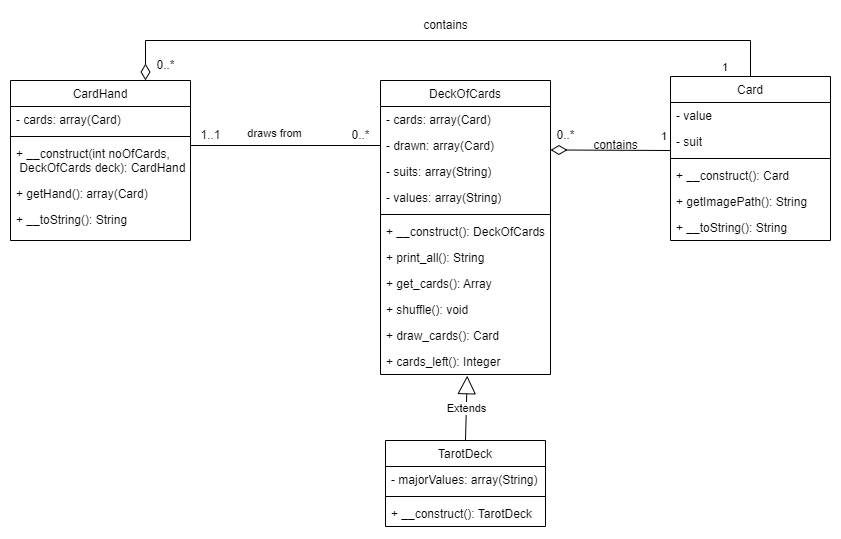
Before: assets/img/uml.png, a diagram exported from draw.io (Challe-P/mvc). Source tidied: cells renumbered, new cells last; positions are measured from the earlier drawing's top-left corner, leaving out a move shared by most shapes.
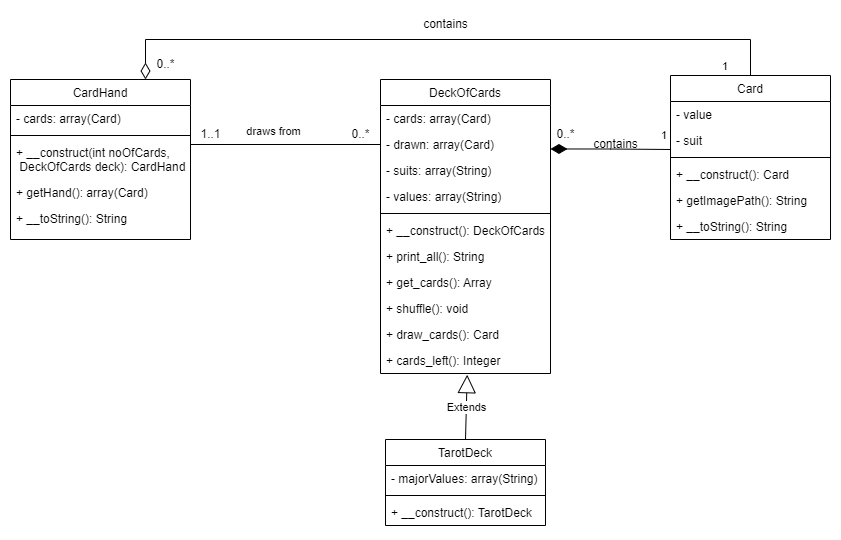
After the change.

What changed in the source:
```diff
@@ -110,7 +110,7 @@
     <mxCell id="35" value="0..*" style="text;html=1;align=center;verticalAlign=middle;strokeColor=none;fillColor=none;" parent="1" vertex="1">
       <mxGeometry x="330" y="110" width="40" height="30" as="geometry" />
     </mxCell>
-    <mxCell id="36" value="1" style="endArrow=none;html=1;endSize=12;startArrow=diamondThin;startSize=14;startFill=0;edgeStyle=orthogonalEdgeStyle;align=left;verticalAlign=bottom;rounded=0;entryX=0;entryY=0.846;entryDx=0;entryDy=0;entryPerimeter=0;exitX=1;exitY=0.672;exitDx=0;exitDy=0;exitPerimeter=0;endFill=0;" parent="1" edge="1" source="4" target="27">
+    <mxCell id="36" value="1" style="endArrow=none;html=1;endSize=12;startArrow=diamondThin;startSize=14;startFill=1;edgeStyle=orthogonalEdgeStyle;align=left;verticalAlign=bottom;rounded=0;entryX=0;entryY=0.846;entryDx=0;entryDy=0;entryPerimeter=0;exitX=1;exitY=0.672;exitDx=0;exitDy=0;exitPerimeter=0;endFill=0;" parent="1" edge="1" source="4" target="27">
       <mxGeometry x="0.82" y="5" relative="1" as="geometry" />
     </mxCell>
     <mxCell id="37" value="0..*" style="text;html=1;align=center;verticalAlign=middle;strokeColor=none;fillColor=none;" parent="1" vertex="1">
```
